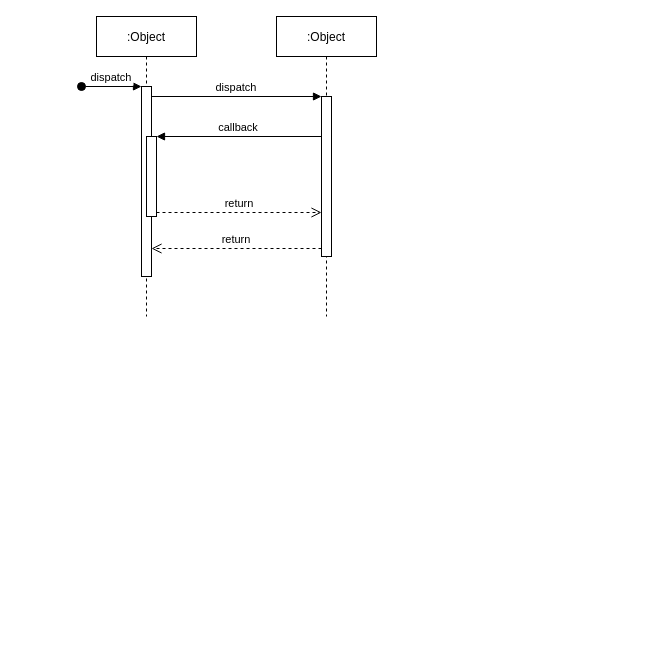
Above: diagram/SystemSequenceDiagram.drawio in iGH01gi/SE_Term_Project (draw.io), before the change. Source tidied: cells renumbered, new cells numbered last; positions are measured from the earlier drawing's top-left corner, leaving out a move shared by most shapes. Both pictures are drawn from the tidied source at 100%, with x=0, y=0 at pixel (81, 16).
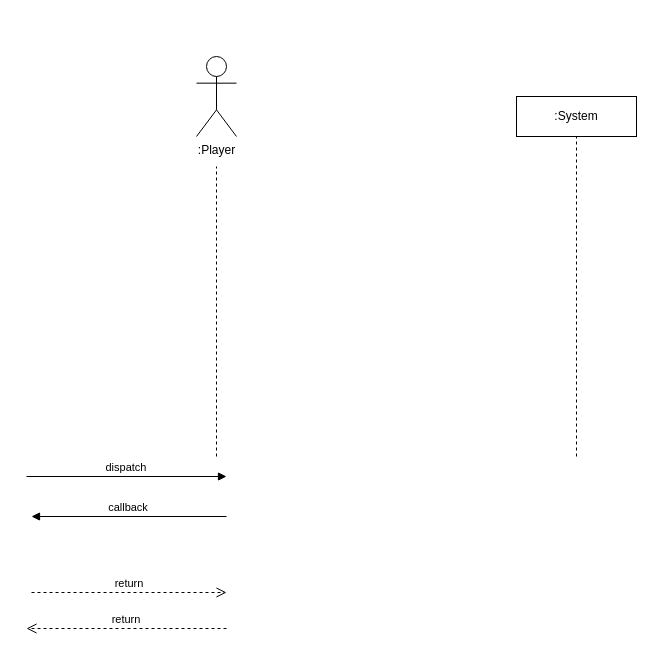
The same page after the edit.

The edit, as a diff of the source:
```diff
@@
 <mxGraphModel>
   <root>
     <mxCell id="0" />
     <mxCell id="1" parent="0" />
-    <mxCell id="2" value=":Object" style="shape=umlLifeline;perimeter=lifelinePerimeter;rounded=0;shadow=0;strokeWidth=1;" parent="1" vertex="1">
-      <mxGeometry x="15" width="100" height="300" as="geometry" />
-    </mxCell>
-    <mxCell id="3" style="points=[];perimeter=orthogonalPerimeter;rounded=0;shadow=0;strokeWidth=1;" parent="2" vertex="1">
-      <mxGeometry x="45" y="70" width="10" height="190" as="geometry" />
-    </mxCell>
-    <mxCell id="4" value="dispatch" style="verticalAlign=bottom;startArrow=oval;endArrow=block;startSize=8;shadow=0;strokeWidth=1;" parent="2" edge="1" target="3">
-      <mxGeometry relative="1" as="geometry">
-        <mxPoint x="-15" y="70" as="sourcePoint" />
-      </mxGeometry>
-    </mxCell>
-    <mxCell id="5" style="points=[];perimeter=orthogonalPerimeter;rounded=0;shadow=0;strokeWidth=1;" parent="2" vertex="1">
-      <mxGeometry x="50" y="120" width="10" height="80" as="geometry" />
-    </mxCell>
-    <mxCell id="6" value=":Object" style="shape=umlLifeline;perimeter=lifelinePerimeter;rounded=0;shadow=0;strokeWidth=1;" parent="1" vertex="1">
-      <mxGeometry x="195" width="100" height="300" as="geometry" />
-    </mxCell>
-    <mxCell id="7" style="points=[];perimeter=orthogonalPerimeter;rounded=0;shadow=0;strokeWidth=1;" parent="6" vertex="1">
-      <mxGeometry x="45" y="80" width="10" height="160" as="geometry" />
-    </mxCell>
-    <mxCell id="8" value="return" style="verticalAlign=bottom;endArrow=open;dashed=1;endSize=8;exitX=0;exitY=0.95;shadow=0;strokeWidth=1;" parent="1" edge="1" source="7" target="3">
-      <mxGeometry relative="1" as="geometry" />
+    <mxCell id="8" value="return" style="verticalAlign=bottom;endArrow=open;dashed=1;endSize=8;exitX=0;exitY=0.95;shadow=0;strokeWidth=1;" parent="1" edge="1">
+      <mxGeometry relative="1" as="geometry">
+        <mxPoint x="145" y="612" as="sourcePoint" />
+        <mxPoint x="-55" y="612" as="targetPoint" />
+      </mxGeometry>
     </mxCell>
-    <mxCell id="9" value="dispatch" style="verticalAlign=bottom;endArrow=block;entryX=0;entryY=0;shadow=0;strokeWidth=1;" parent="1" edge="1" source="3" target="7">
-      <mxGeometry relative="1" as="geometry" />
+    <mxCell id="9" value="dispatch" style="verticalAlign=bottom;endArrow=block;entryX=0;entryY=0;shadow=0;strokeWidth=1;" parent="1" edge="1">
+      <mxGeometry relative="1" as="geometry">
+        <mxPoint x="-55" y="460" as="sourcePoint" />
+        <mxPoint x="145" y="460" as="targetPoint" />
+      </mxGeometry>
     </mxCell>
-    <mxCell id="10" value="callback" style="verticalAlign=bottom;endArrow=block;entryX=1;entryY=0;shadow=0;strokeWidth=1;" parent="1" edge="1" source="7" target="5">
-      <mxGeometry relative="1" as="geometry" />
+    <mxCell id="10" value="callback" style="verticalAlign=bottom;endArrow=block;entryX=1;entryY=0;shadow=0;strokeWidth=1;" parent="1" edge="1">
+      <mxGeometry relative="1" as="geometry">
+        <mxPoint x="145" y="500" as="sourcePoint" />
+        <mxPoint x="-50" y="500" as="targetPoint" />
+      </mxGeometry>
     </mxCell>
-    <mxCell id="11" value="return" style="verticalAlign=bottom;endArrow=open;dashed=1;endSize=8;exitX=1;exitY=0.95;shadow=0;strokeWidth=1;" parent="1" edge="1" source="5" target="7">
-      <mxGeometry relative="1" as="geometry" />
+    <mxCell id="11" value="return" style="verticalAlign=bottom;endArrow=open;dashed=1;endSize=8;exitX=1;exitY=0.95;shadow=0;strokeWidth=1;" parent="1" edge="1">
+      <mxGeometry relative="1" as="geometry">
+        <mxPoint x="-50" y="576" as="sourcePoint" />
+        <mxPoint x="145" y="576" as="targetPoint" />
+      </mxGeometry>
     </mxCell>
+    <mxCell id="12" value=":Player" style="shape=umlActor;verticalLabelPosition=bottom;verticalAlign=top;html=1;" parent="1" vertex="1">
+      <mxGeometry x="115" y="40" width="40" height="80" as="geometry" />
+    </mxCell>
+    <mxCell id="13" value=":System" style="rounded=0;whiteSpace=wrap;html=1;" parent="1" vertex="1">
+      <mxGeometry x="435" y="80" width="120" height="40" as="geometry" />
+    </mxCell>
+    <mxCell id="14" style="endArrow=none;dashed=1;html=1;rounded=0;" parent="1" edge="1">
+      <mxGeometry relative="1" as="geometry">
+        <mxPoint x="135" y="440" as="sourcePoint" />
+        <mxPoint x="135" y="150" as="targetPoint" />
+      </mxGeometry>
+    </mxCell>
+    <mxCell id="15" style="endArrow=none;dashed=1;html=1;rounded=0;entryX=0.5;entryY=1;entryDx=0;entryDy=0;" parent="1" edge="1" target="13">
+      <mxGeometry relative="1" as="geometry">
+        <mxPoint x="495" y="440" as="sourcePoint" />
+      </mxGeometry>
+    </mxCell>
   </root>
 </mxGraphModel>
```
